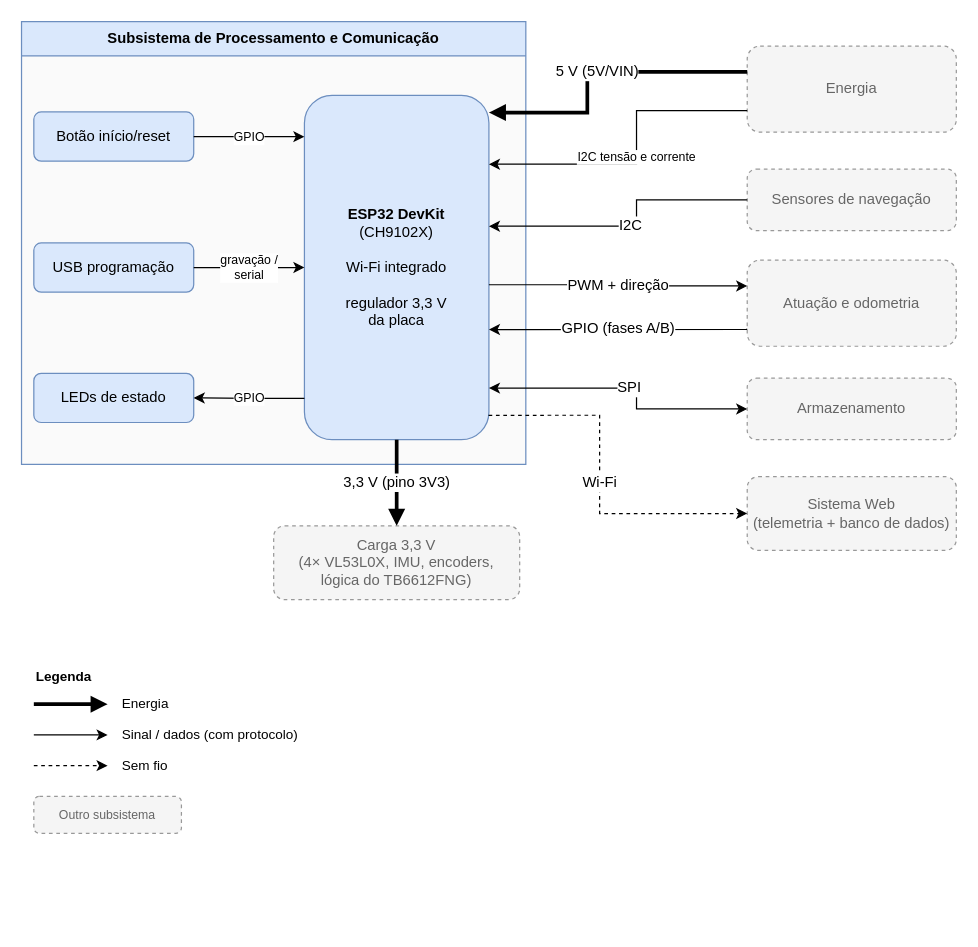
This is page "Processamento e Comunicação" (3 of 6) of hw/Placa de Integração/Diagrama de blocos/Diagrama de blocos.drawio from fcte-pi1/2026.2_PI1_Grupo2_Hilmer, a draw.io file, before an edit. Source tidied: cells renumbered, new cells numbered last; positions are measured from the earlier drawing's top-left corner, leaving out a move shared by most shapes. Both pictures are drawn from the tidied source at 123%, with x=0, y=0 at pixel (21, 21).
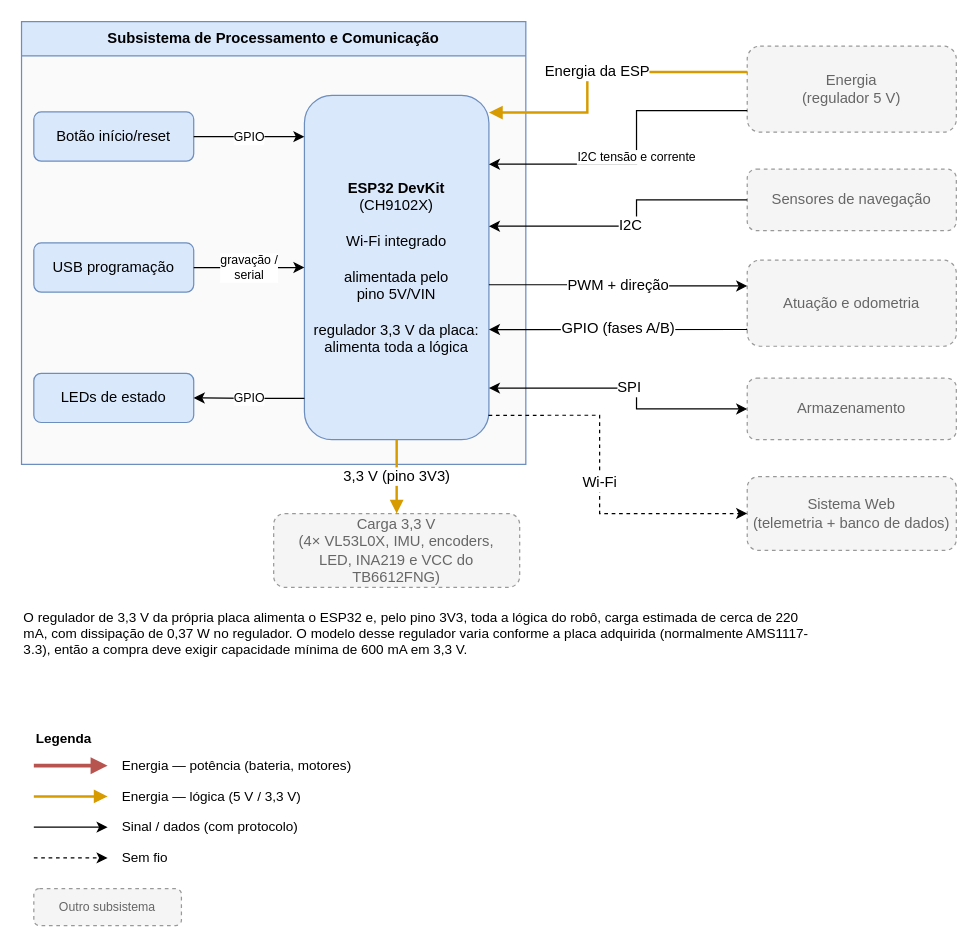
The same diagram, later.

Unchanged cells that the change refers to:
```xml
<mxCell id="2" value="Subsistema de Processamento e Comunicação" style="swimlane;whiteSpace=wrap;html=1;startSize=28;fillColor=#dae8fc;strokeColor=#6c8ebf;swimlaneFillColor=#FAFAFA;fontStyle=1;" parent="1" vertex="1">
  <mxGeometry width="410" height="360" as="geometry" />
</mxCell>
```

Diff of the diagram source:
```diff
@@
-    <mxCell id="3" value="&lt;b&gt;ESP32 DevKit&lt;/b&gt;&lt;br&gt;(CH9102X)&lt;br&gt;&lt;br&gt;Wi-Fi integrado&lt;br&gt;&lt;br&gt;regulador 3,3 V&lt;br&gt;da placa" style="rounded=1;whiteSpace=wrap;html=1;fillColor=#dae8fc;strokeColor=#6c8ebf;" parent="2" vertex="1">
+    <mxCell id="3" value="&lt;b&gt;ESP32 DevKit&lt;/b&gt;&lt;br&gt;(CH9102X)&lt;br&gt;&lt;br&gt;Wi-Fi integrado&lt;br&gt;&lt;br&gt;alimentada pelo&lt;br&gt;pino 5V/VIN&lt;br&gt;&lt;br&gt;regulador 3,3 V da placa:&lt;br&gt;alimenta toda a lógica" style="rounded=1;whiteSpace=wrap;html=1;fillColor=#dae8fc;strokeColor=#6c8ebf;" parent="2" vertex="1">
       <mxGeometry x="230" y="60" width="150" height="280" as="geometry" />
     </mxCell>
@@
-    <mxCell id="7" value="Energia" style="rounded=1;whiteSpace=wrap;html=1;fillColor=#f5f5f5;strokeColor=#999999;dashed=1;fontColor=#666666;" parent="1" vertex="1">
+    <mxCell id="7" value="Energia&lt;br&gt;(regulador 5 V)" style="rounded=1;whiteSpace=wrap;html=1;fillColor=#f5f5f5;strokeColor=#999999;dashed=1;fontColor=#666666;" parent="1" vertex="1">
       <mxGeometry x="590" y="20" width="170" height="70" as="geometry" />
     </mxCell>
@@
-    <mxCell id="15" value="&lt;font style=&quot;font-size: 12px;&quot;&gt;5 V (5V/VIN)&lt;/font&gt;" style="edgeStyle=orthogonalEdgeStyle;rounded=0;jettySize=auto;html=1;labelBackgroundColor=#FFFFFF;fontSize=10;strokeWidth=3;endArrow=block;endFill=1;exitX=0;exitY=0.3;exitDx=0;exitDy=0;entryX=1;entryY=0.05;entryDx=0;entryDy=0;" parent="1" edge="1" source="7" target="3">
+    <mxCell id="15" value="&lt;font style=&quot;font-size: 12px;&quot;&gt;Energia da ESP&lt;/font&gt;" style="edgeStyle=orthogonalEdgeStyle;rounded=0;jettySize=auto;html=1;labelBackgroundColor=#FFFFFF;fontSize=10;strokeWidth=2;strokeColor=#D79B00;endArrow=block;endFill=1;exitX=0;exitY=0.3;exitDx=0;exitDy=0;entryX=1;entryY=0.05;entryDx=0;entryDy=0;" parent="1" edge="1" source="7" target="3">
       <mxGeometry relative="1" as="geometry">
         <Array as="points">
           <mxPoint x="460" y="41" />
           <mxPoint x="460" y="74" />
         </Array>
       </mxGeometry>
     </mxCell>
@@
     <mxCell id="22" value="&lt;b&gt;Legenda&lt;/b&gt;" style="text;html=1;align=left;verticalAlign=top;whiteSpace=wrap;fontSize=11;" parent="1" vertex="1">
-      <mxGeometry x="10" y="520" width="200" height="20" as="geometry" />
+      <mxGeometry x="10" y="570" width="200" height="20" as="geometry" />
     </mxCell>
-    <mxCell id="23" style="edgeStyle=orthogonalEdgeStyle;rounded=0;orthogonalLoop=1;jettySize=auto;html=1;labelBackgroundColor=#FFFFFF;fontSize=10;strokeWidth=3;endArrow=block;endFill=1;" parent="1" edge="1">
+    <mxCell id="23" style="edgeStyle=orthogonalEdgeStyle;rounded=0;orthogonalLoop=1;jettySize=auto;html=1;labelBackgroundColor=#FFFFFF;fontSize=10;strokeWidth=3;strokeColor=#B85450;endArrow=block;endFill=1;" parent="1" edge="1">
       <mxGeometry relative="1" as="geometry">
-        <mxPoint x="10" y="555" as="sourcePoint" />
-        <mxPoint x="70" y="555" as="targetPoint" />
+        <mxPoint x="10" y="605" as="sourcePoint" />
+        <mxPoint x="70" y="605" as="targetPoint" />
       </mxGeometry>
     </mxCell>
-    <mxCell id="24" value="Energia" style="text;html=1;align=left;verticalAlign=top;whiteSpace=wrap;fontSize=11;verticalAlign=middle;" parent="1" vertex="1">
-      <mxGeometry x="80" y="545" width="200" height="20" as="geometry" />
+    <mxCell id="24" value="Energia — potência (bateria, motores)" style="text;html=1;align=left;verticalAlign=top;whiteSpace=wrap;fontSize=11;verticalAlign=middle;" parent="1" vertex="1">
+      <mxGeometry x="80" y="595" width="240" height="20" as="geometry" />
     </mxCell>
     <mxCell id="25" style="edgeStyle=orthogonalEdgeStyle;rounded=0;orthogonalLoop=1;jettySize=auto;html=1;labelBackgroundColor=#FFFFFF;fontSize=10;strokeWidth=1;endArrow=classic;endFill=1;" parent="1" edge="1">
       <mxGeometry relative="1" as="geometry">
-        <mxPoint x="10" y="580" as="sourcePoint" />
-        <mxPoint x="70" y="580" as="targetPoint" />
+        <mxPoint x="10" y="655" as="sourcePoint" />
+        <mxPoint x="70" y="655" as="targetPoint" />
       </mxGeometry>
     </mxCell>
     <mxCell id="26" value="Sinal / dados (com protocolo)" style="text;html=1;align=left;verticalAlign=top;whiteSpace=wrap;fontSize=11;verticalAlign=middle;" parent="1" vertex="1">
-      <mxGeometry x="80" y="570" width="200" height="20" as="geometry" />
+      <mxGeometry x="80" y="645" width="200" height="20" as="geometry" />
     </mxCell>
     <mxCell id="27" style="edgeStyle=orthogonalEdgeStyle;rounded=0;orthogonalLoop=1;jettySize=auto;html=1;labelBackgroundColor=#FFFFFF;fontSize=10;strokeWidth=1;endArrow=classic;endFill=1;dashed=1;" parent="1" edge="1">
       <mxGeometry relative="1" as="geometry">
-        <mxPoint x="10" y="605" as="sourcePoint" />
-        <mxPoint x="70" y="605" as="targetPoint" />
+        <mxPoint x="10" y="680" as="sourcePoint" />
+        <mxPoint x="70" y="680" as="targetPoint" />
       </mxGeometry>
     </mxCell>
     <mxCell id="28" value="Sem fio" style="text;html=1;align=left;verticalAlign=top;whiteSpace=wrap;fontSize=11;verticalAlign=middle;" parent="1" vertex="1">
-      <mxGeometry x="80" y="595" width="200" height="20" as="geometry" />
+      <mxGeometry x="80" y="670" width="200" height="20" as="geometry" />
     </mxCell>
     <mxCell id="29" value="Outro subsistema" style="rounded=1;whiteSpace=wrap;html=1;fillColor=#f5f5f5;strokeColor=#999999;dashed=1;fontColor=#666666;fontSize=10;" parent="1" vertex="1">
-      <mxGeometry x="10" y="630" width="120" height="30" as="geometry" />
+      <mxGeometry x="10" y="705" width="120" height="30" as="geometry" />
     </mxCell>
-    <mxCell id="30" value="Carga 3,3 V&lt;br&gt;(4× VL53L0X, IMU, encoders,&lt;br&gt;lógica do TB6612FNG)" style="rounded=1;whiteSpace=wrap;html=1;fillColor=#f5f5f5;strokeColor=#999999;dashed=1;fontColor=#666666;" parent="1" vertex="1">
-      <mxGeometry x="205" y="410" width="200" height="60" as="geometry" />
+    <mxCell id="30" value="Carga 3,3 V&lt;br&gt;(4× VL53L0X, IMU, encoders,&lt;br&gt;LED, INA219 e VCC do TB6612FNG)" style="rounded=1;whiteSpace=wrap;html=1;fillColor=#f5f5f5;strokeColor=#999999;dashed=1;fontColor=#666666;" parent="1" vertex="1">
+      <mxGeometry x="205" y="400" width="200" height="60" as="geometry" />
     </mxCell>
-    <mxCell id="31" value="&lt;font style=&quot;font-size: 12px;&quot;&gt;3,3 V (pino 3V3)&lt;/font&gt;" style="edgeStyle=orthogonalEdgeStyle;rounded=0;jettySize=auto;html=1;labelBackgroundColor=#FFFFFF;fontSize=10;strokeWidth=3;endArrow=block;endFill=1;exitX=0.5;exitY=1;exitDx=0;exitDy=0;entryX=0.5;entryY=0;entryDx=0;entryDy=0;" parent="1" edge="1" source="3" target="30">
+    <mxCell id="31" value="&lt;font style=&quot;font-size: 12px;&quot;&gt;3,3 V (pino 3V3)&lt;/font&gt;" style="edgeStyle=orthogonalEdgeStyle;rounded=0;jettySize=auto;html=1;labelBackgroundColor=#FFFFFF;fontSize=10;strokeWidth=2;strokeColor=#D79B00;endArrow=block;endFill=1;exitX=0.5;exitY=1;exitDx=0;exitDy=0;entryX=0.5;entryY=0;entryDx=0;entryDy=0;" parent="1" edge="1" source="3" target="30">
       <mxGeometry relative="1" as="geometry" />
     </mxCell>
+    <mxCell id="32" value="O regulador de 3,3 V da própria placa alimenta o ESP32 e, pelo pino 3V3, toda a lógica do robô, carga estimada de cerca de 220 mA, com dissipação de 0,37 W no regulador. O modelo desse regulador varia conforme a placa adquirida (normalmente AMS1117-3.3), então a compra deve exigir capacidade mínima de 600 mA em 3,3 V." style="text;html=1;align=left;verticalAlign=top;whiteSpace=wrap;fontSize=11;" parent="1" vertex="1">
+      <mxGeometry y="472" width="640" height="70" as="geometry" />
+    </mxCell>
+    <mxCell id="33" style="edgeStyle=orthogonalEdgeStyle;rounded=0;orthogonalLoop=1;jettySize=auto;html=1;labelBackgroundColor=#FFFFFF;fontSize=10;strokeWidth=2;strokeColor=#D79B00;endArrow=block;endFill=1;" parent="1" edge="1">
+      <mxGeometry relative="1" as="geometry">
+        <mxPoint x="10" y="630" as="sourcePoint" />
+        <mxPoint x="70" y="630" as="targetPoint" />
+      </mxGeometry>
+    </mxCell>
+    <mxCell id="34" value="Energia — lógica (5 V / 3,3 V)" style="text;html=1;align=left;verticalAlign=top;whiteSpace=wrap;fontSize=11;verticalAlign=middle;" parent="1" vertex="1">
+      <mxGeometry x="80" y="620" width="240" height="20" as="geometry" />
+    </mxCell>
```
